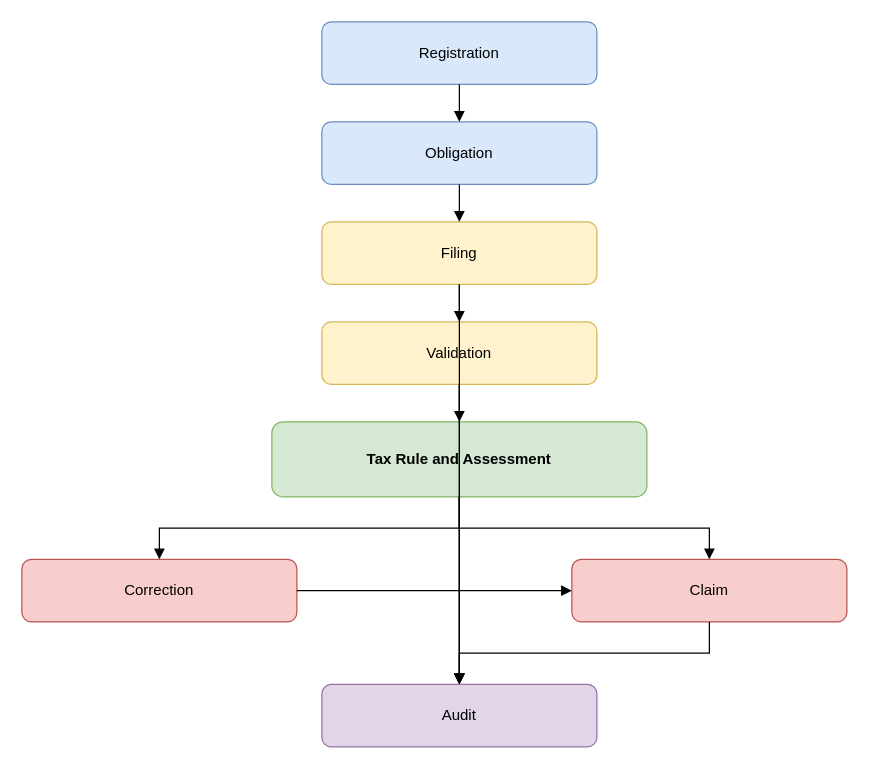
Before: page "02 Bounded Contexts" (2 of 3) of architecture/diagrams/tax-core-architecture.drawio in nc-tbi/VATRI-Codex, a draw.io diagram. Source tidied: cells renumbered, new cells numbered last; positions are measured from the earlier drawing's top-left corner, leaving out a move shared by most shapes. Both pictures are drawn from the tidied source at 125%, with x=0, y=0 at pixel (21, 21).
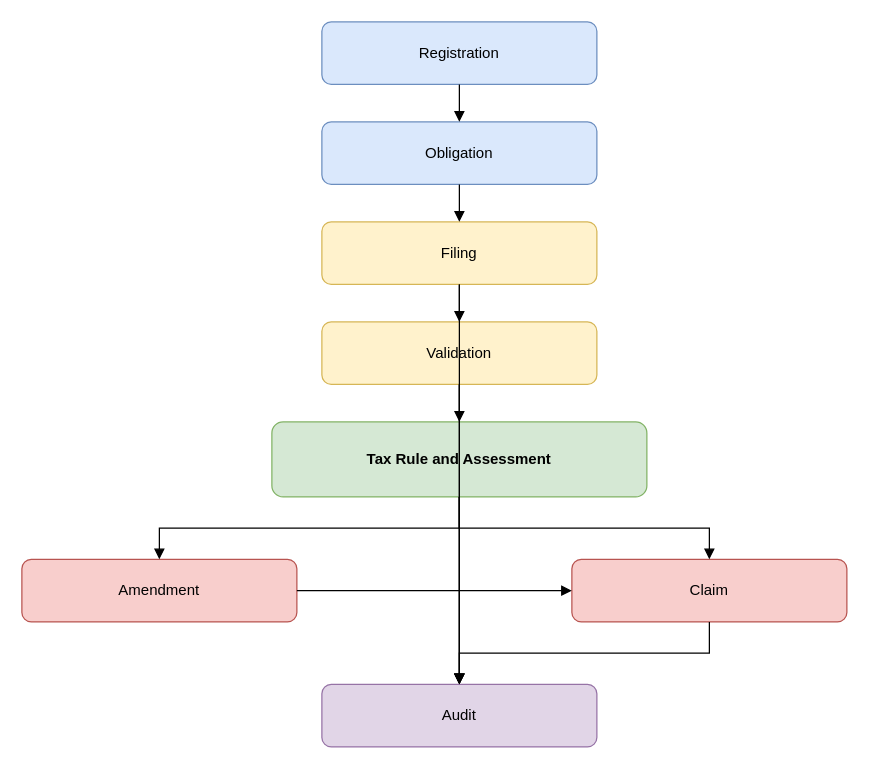
After the change.

Change to the diagram source:
```diff
@@
-    <mxCell id="7" value="Correction" style="rounded=1;whiteSpace=wrap;html=1;fillColor=#f8cecc;strokeColor=#b85450;" parent="1" vertex="1">
+    <mxCell id="7" value="Amendment" style="rounded=1;whiteSpace=wrap;html=1;fillColor=#f8cecc;strokeColor=#b85450;" parent="1" vertex="1">
       <mxGeometry y="430" width="220" height="50" as="geometry" />
     </mxCell>
```
